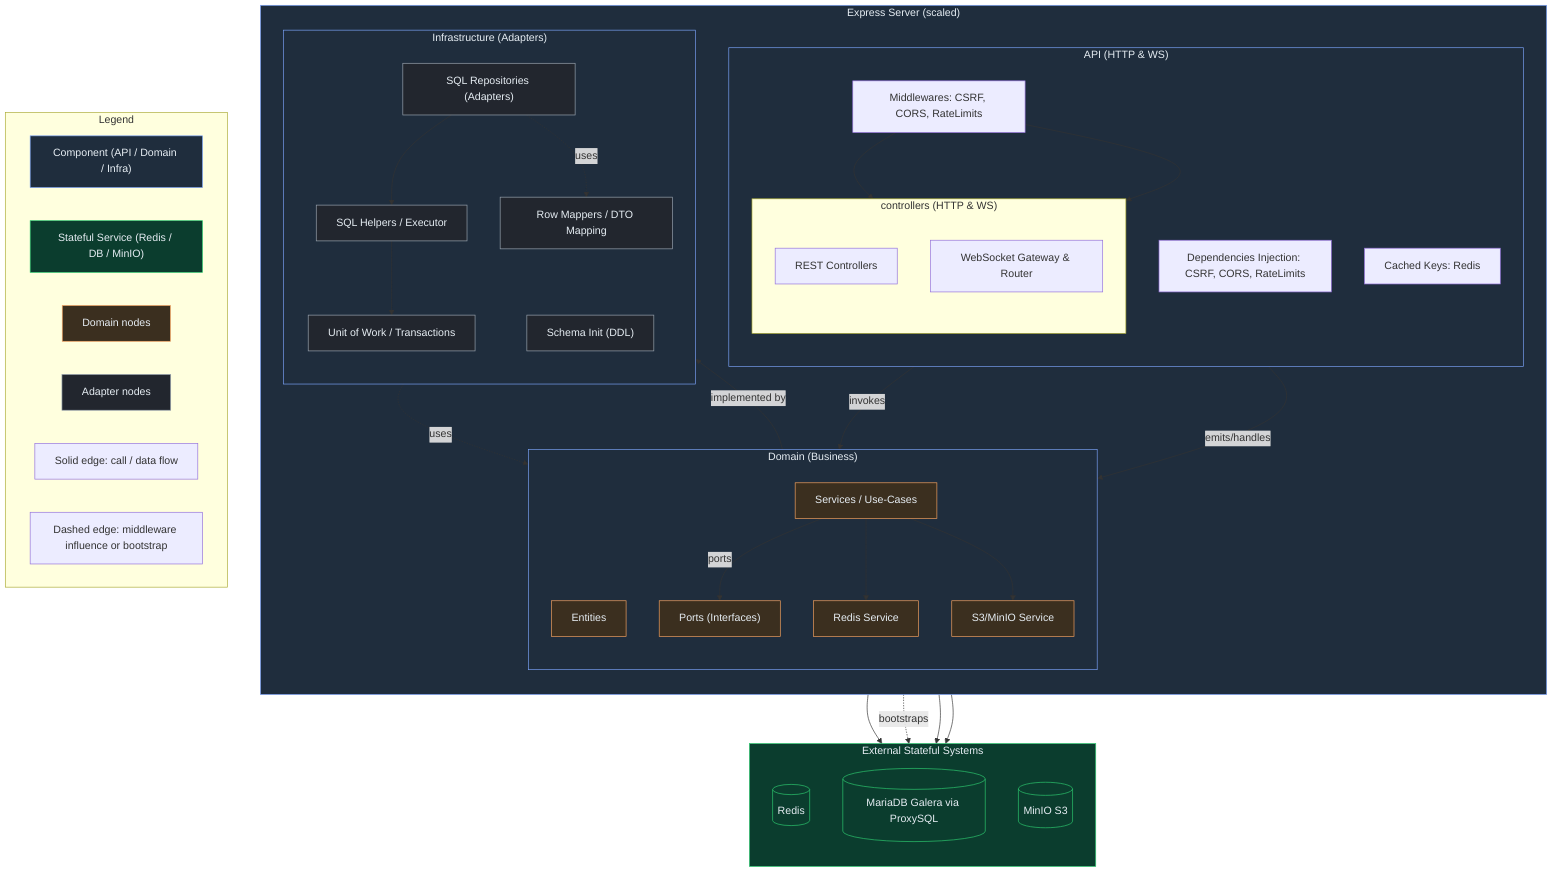
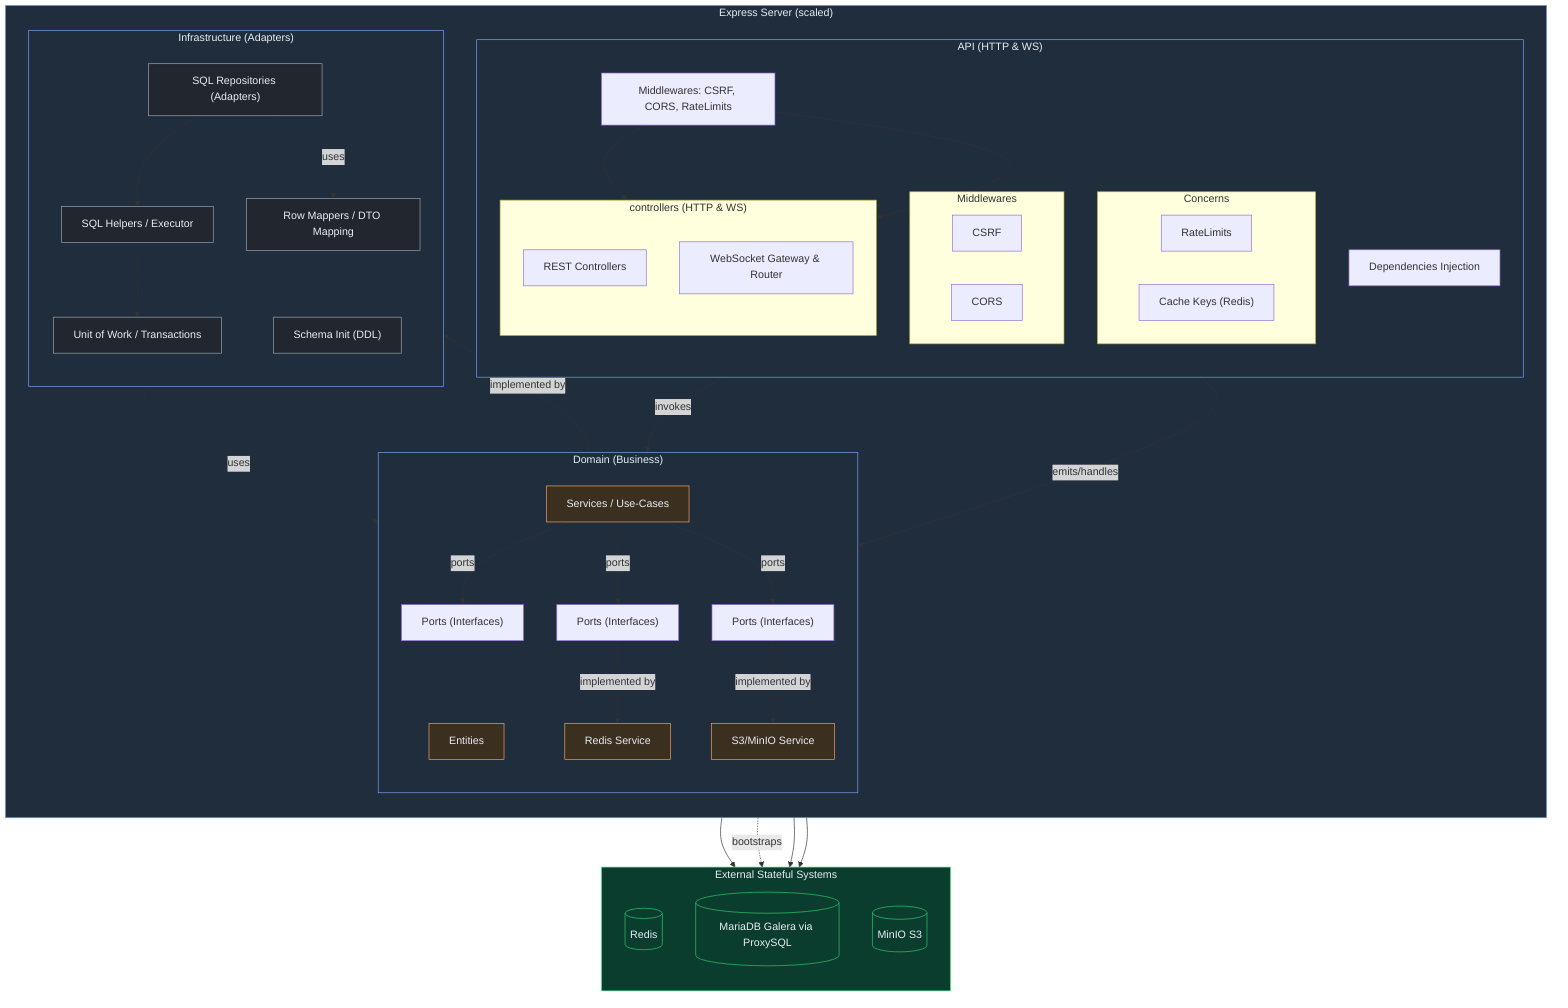
flowchart TB
  subgraph Server["Express Server (scaled)"]
    direction TB

    subgraph API["API (HTTP & WS)"]
      direction TB
      MW["Middlewares: CSRF, CORS, RateLimits"]
-       DI["Dependencies Injection: CSRF, CORS, RateLimits"]
-       CK["Cached Keys: Redis"]
+       DI["Dependencies Injection"]
+       subgraph Concerns["Concerns"]
+         RATES["RateLimits"]
+         CACHEK["Cache Keys (Redis)"]
+       end
+       subgraph Middlewares["Middlewares"]
+         CSRFN["CSRF"]
+         CORSN["CORS"]
+         RATES["RateLimits"]
+       end
      subgraph controllers["controllers (HTTP & WS)"]
        direction TB
        REST["REST Controllers"]
        WS["WebSocket Gateway & Router"]
      end
    end

+ 
    subgraph Domain["Domain (Business)"]
      direction TB
      ENT["Entities"]
      SRV["Services / Use-Cases"]
-       IF["Ports (Interfaces)"]
+       IFSERVICE["Ports (Interfaces)"]
+       IFREDIS["Ports (Interfaces)"]
+       IFS3["Ports (Interfaces)"]
      REDIS["Redis Service"]
      S3["S3/MinIO Service"]
    end

    subgraph Infra["Infrastructure (Adapters)"]
      direction TB
      DBRepos["SQL Repositories (Adapters)"]
      SQL["SQL Helpers / Executor"]
      UOW["Unit of Work / Transactions"]
      MAP["Row Mappers / DTO Mapping"]
      MIGR["Schema Init (DDL)"]
    end
  end

  subgraph Data["External Stateful Systems"]
    direction TB
    RDS[("Redis")]
    DB[("MariaDB Galera via ProxySQL")]
    MINIO[("MinIO S3")]
  end

  REST -->|invokes| SRV
  WS -->|emits/handles| SRV
  MW --> REST
  MW --> WS

-   SRV -->|ports| IF
-   IF -->|implemented by| DBRepos
+   SRV -->|ports| IFSERVICE
+   IFSERVICE -->|implemented by| DBRepos
  DBRepos --> SQL --> DB
  SQL --> UOW
  DBRepos -.uses .-> MAP
  DBRepos -.uses .-> ENT
  MIGR -.bootstraps .-> DB

-   SRV --> REDIS --> RDS
-   SRV --> S3 --> MINIO
+   SRV -->|ports| IFREDIS  -->|implemented by| REDIS --> RDS
+   SRV -->|ports| IFS3 -->|implemented by| S3 --> MINIO

  %% Visual styles (dark-friendly)
  classDef comp fill:#1f2d3d,stroke:#7aa2f7,stroke-width:1px,color:#e6edf3
  classDef state fill:#0b3d2e,stroke:#2ecc71,stroke-width:1px,color:#e6edf3
  classDef dom fill:#3b2f1f,stroke:#f4a261,stroke-width:1px,color:#e6edf3
  classDef adp fill:#22262e,stroke:#9aa5b1,stroke-width:1px,color:#e6edf3

  class Server,API,Domain,Infra comp
  class Data,RDS,DB,MINIO state
  class ENT,SRV,IF,REDIS,S3 dom
  class DBRepos,SQL,MIGR,UOW,MAP adp

-   %% Legend
-   subgraph Legend["Legend"]
-     LC["Component (API / Domain / Infra)"]
-     LS["Stateful Service (Redis / DB / MinIO)"]
-     LD["Domain nodes"]
-     LA["Adapter nodes"]
-     LE1["Solid edge: call / data flow"]
-     LE2["Dashed edge: middleware influence or bootstrap"]
-   end
-   class LC comp
-   class LS state
-   class LD dom
-   class LA adp